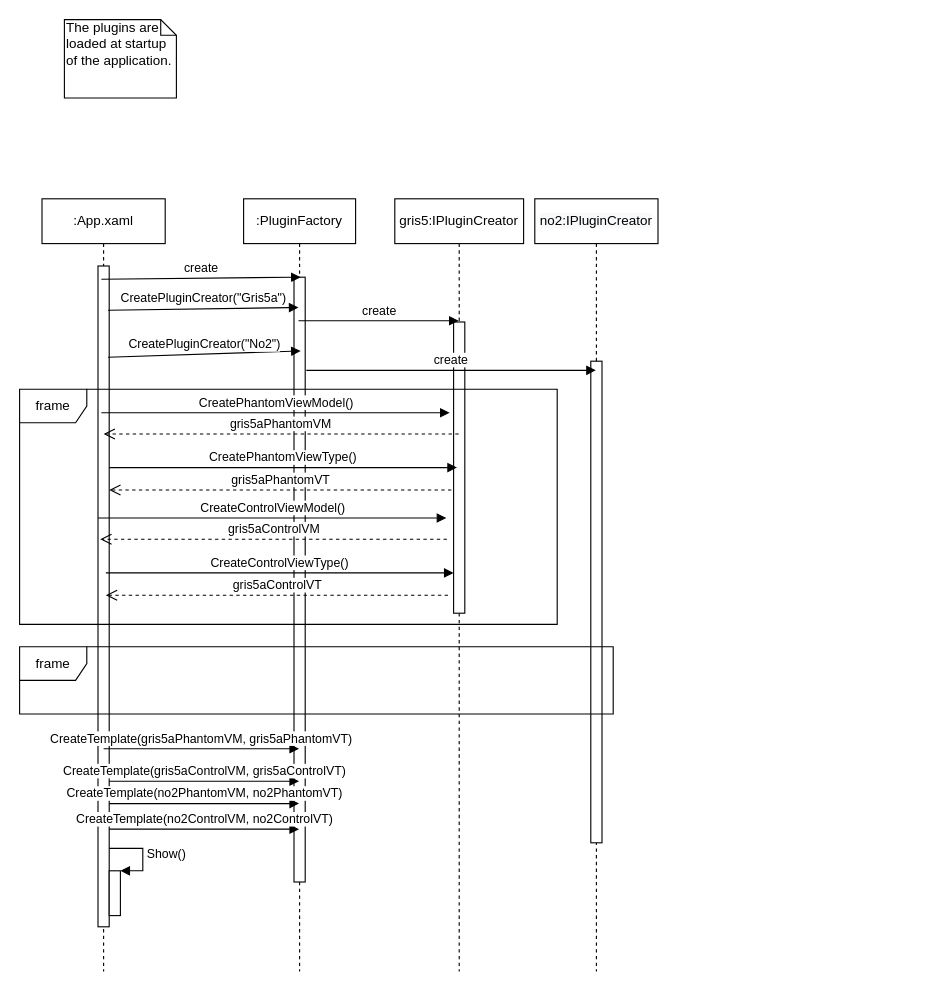
Before: page "Creation" (2 of 2) of Diagrams/UmlDiagrams.drawio in mrstefangrimm/GRIS5A, a draw.io diagram. Source tidied: cells renumbered, new cells numbered last; positions are measured from the earlier drawing's top-left corner, leaving out a move shared by most shapes. Both pictures are drawn from the tidied source at 112%, with x=0, y=0 at pixel (19, 19).
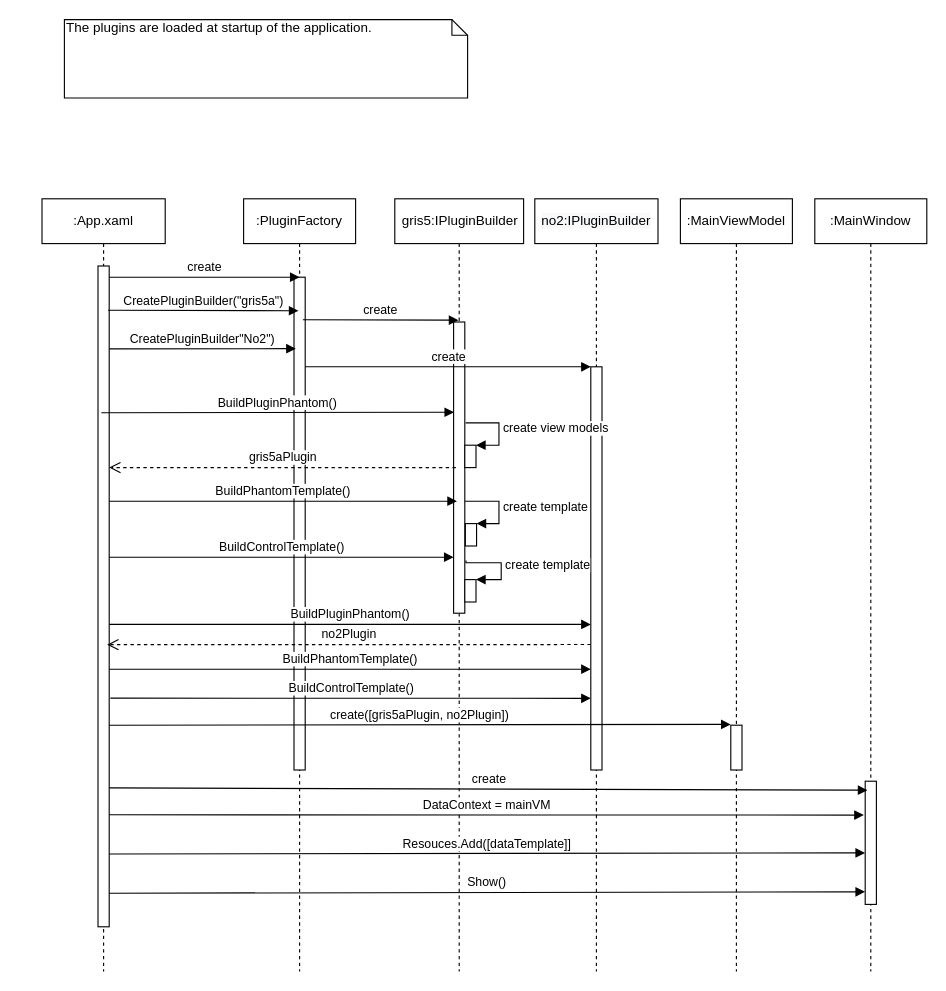
After the change.

Unchanged cells that the change refers to:
```xml
<mxCell id="3" style="html=1;points=[];perimeter=orthogonalPerimeter;" parent="2" vertex="1">
  <mxGeometry x="52.5" y="110" width="10" height="260" as="geometry" />
</mxCell>
<mxCell id="4" value=":App.xaml" style="shape=umlLifeline;perimeter=lifelinePerimeter;whiteSpace=wrap;html=1;" parent="1" vertex="1">
  <mxGeometry x="20" y="160" width="110" height="690" as="geometry" />
</mxCell>
<mxCell id="5" style="html=1;points=[];perimeter=orthogonalPerimeter;" parent="4" vertex="1">
  <mxGeometry x="50" y="60" width="10" height="590" as="geometry" />
</mxCell>
```

Change to the diagram source:
```diff
@@
+    <mxCell id="8" value=":PluginFactory" style="shape=umlLifeline;perimeter=lifelinePerimeter;whiteSpace=wrap;html=1;outlineConnect=0;" parent="1" vertex="1">
+      <mxGeometry x="200" y="160" width="100" height="690" as="geometry" />
+    </mxCell>
+    <mxCell id="9" style="html=1;points=[];perimeter=orthogonalPerimeter;" parent="8" vertex="1">
+      <mxGeometry x="45" y="70" width="10" height="440" as="geometry" />
+    </mxCell>
+    <mxCell id="11" value="&lt;span style=&quot;display: inline ; float: none ; background-color: rgb(248 , 249 , 250) ; color: rgb(0 , 0 , 0) ; font-family: &amp;#34;helvetica&amp;#34; ; font-size: 12px ; font-style: normal ; font-variant: normal ; font-weight: normal ; letter-spacing: normal ; line-height: 1.2 ; overflow-wrap: normal ; text-align: center ; text-decoration: none ; text-indent: 0px ; text-transform: none ; white-space: normal ; word-spacing: 0px&quot;&gt;no2:IPluginBuilder&lt;/span&gt;" style="shape=umlLifeline;perimeter=lifelinePerimeter;whiteSpace=wrap;html=1;outlineConnect=0;" parent="1" vertex="1">
+      <mxGeometry x="460" y="160" width="110" height="690" as="geometry" />
+    </mxCell>
+    <mxCell id="12" style="html=1;perimeter=orthogonalPerimeter;" parent="11" vertex="1">
+      <mxGeometry x="50" y="150" width="10" height="360" as="geometry" />
+    </mxCell>
-    <mxCell id="2" value="gris5:IPluginCreator" style="shape=umlLifeline;perimeter=lifelinePerimeter;whiteSpace=wrap;html=1;outlineConnect=0;" parent="1" vertex="1">
+    <mxCell id="2" value="gris5:IPluginBuilder" style="html=1;points=[];perimeter=orthogonalPerimeter;shape=umlLifeline;participant=label;fontFamily=Helvetica;fontSize=12;fontColor=#000000;align=center;strokeColor=#000000;fillColor=#ffffff;" parent="1" vertex="1">
       <mxGeometry x="335" y="160" width="115" height="690" as="geometry" />
     </mxCell>
@@
+    <mxCell id="32" value="create view models" style="edgeStyle=orthogonalEdgeStyle;html=1;align=left;spacingLeft=2;endArrow=block;rounded=0;entryX=1;entryY=0;exitX=0.55;exitY=0.29;exitDx=0;exitDy=0;exitPerimeter=0;" parent="2" edge="1" source="2" target="33">
+      <mxGeometry relative="1" as="geometry">
+        <Array as="points">
+          <mxPoint x="93" y="200" />
+          <mxPoint x="93" y="220" />
+        </Array>
+      </mxGeometry>
+    </mxCell>
+    <mxCell id="33" style="html=1;points=[];perimeter=orthogonalPerimeter;" parent="2" vertex="1">
+      <mxGeometry x="62.5" y="220" width="10" height="20" as="geometry" />
+    </mxCell>
+    <mxCell id="34" style="html=1;points=[];perimeter=orthogonalPerimeter;" parent="2" vertex="1">
+      <mxGeometry x="62.5" y="340" width="10" height="20" as="geometry" />
+    </mxCell>
+    <mxCell id="35" value="create template" style="edgeStyle=orthogonalEdgeStyle;html=1;align=left;spacingLeft=2;endArrow=block;rounded=0;entryX=1;entryY=0;exitX=0.553;exitY=0.468;exitDx=0;exitDy=0;exitPerimeter=0;" parent="2" edge="1" source="2" target="34">
+      <mxGeometry relative="1" as="geometry">
+        <Array as="points">
+          <mxPoint x="64" y="325" />
+          <mxPoint x="95" y="325" />
+          <mxPoint x="95" y="340" />
+        </Array>
+      </mxGeometry>
+    </mxCell>
@@
-    <mxCell id="6" style="html=1;points=[];perimeter=orthogonalPerimeter;" parent="4" vertex="1">
-      <mxGeometry x="60" y="600" width="10" height="40" as="geometry" />
-    </mxCell>
+    <mxCell id="36" value="create([gris5aPlugin, no2Plugin])" style="html=1;verticalAlign=bottom;endArrow=block;entryX=-0.013;entryY=-0.018;entryDx=0;entryDy=0;entryPerimeter=0;" parent="4" edge="1" target="41">
+      <mxGeometry relative="1" as="geometry">
+        <mxPoint x="60" y="470" as="sourcePoint" />
+      </mxGeometry>
+    </mxCell>
+    <mxCell id="37" value="DataContext = mainVM" style="html=1;verticalAlign=bottom;endArrow=block;entryX=-0.12;entryY=0.275;entryDx=0;entryDy=0;entryPerimeter=0;" parent="4" edge="1" target="47">
+      <mxGeometry relative="1" as="geometry">
+        <mxPoint x="60" y="550" as="sourcePoint" />
+      </mxGeometry>
+    </mxCell>
-    <mxCell id="7" value="Show()" style="edgeStyle=orthogonalEdgeStyle;html=1;align=left;spacingLeft=2;endArrow=block;rounded=0;entryX=1;entryY=0;" parent="4" edge="1" target="6">
+    <mxCell id="7" value="Show()" style="html=1;verticalAlign=bottom;endArrow=block;entryX=-0.013;entryY=0.898;entryDx=0;entryDy=0;entryPerimeter=0;" parent="4" edge="1" target="47">
       <mxGeometry relative="1" as="geometry">
-        <mxPoint x="60" y="580" as="sourcePoint" />
-        <Array as="points">
-          <mxPoint x="90" y="580" />
-        </Array>
+        <mxPoint x="60" y="620" as="sourcePoint" />
       </mxGeometry>
     </mxCell>
-    <mxCell id="8" value=":PluginFactory" style="shape=umlLifeline;perimeter=lifelinePerimeter;whiteSpace=wrap;html=1;outlineConnect=0;" parent="1" vertex="1">
-      <mxGeometry x="200" y="160" width="100" height="690" as="geometry" />
-    </mxCell>
-    <mxCell id="9" style="html=1;points=[];perimeter=orthogonalPerimeter;" parent="8" vertex="1">
-      <mxGeometry x="45" y="70" width="10" height="540" as="geometry" />
-    </mxCell>
     <mxCell id="10" value="The plugins are loaded at startup of the application." style="shape=note;whiteSpace=wrap;html=1;size=14;verticalAlign=top;align=left;spacingTop=-6;" parent="1" vertex="1">
-      <mxGeometry x="40" width="100" height="70" as="geometry" />
+      <mxGeometry x="40" width="360" height="70" as="geometry" />
     </mxCell>
-    <mxCell id="11" value="&lt;span style=&quot;display: inline ; float: none ; background-color: rgb(248 , 249 , 250) ; color: rgb(0 , 0 , 0) ; font-family: &amp;#34;helvetica&amp;#34; ; font-size: 12px ; font-style: normal ; font-variant: normal ; font-weight: normal ; letter-spacing: normal ; line-height: 1.2 ; overflow-wrap: normal ; text-align: center ; text-decoration: none ; text-indent: 0px ; text-transform: none ; white-space: normal ; word-spacing: 0px&quot;&gt;no2:IPluginCreator&lt;/span&gt;" style="shape=umlLifeline;perimeter=lifelinePerimeter;whiteSpace=wrap;html=1;outlineConnect=0;" parent="1" vertex="1">
-      <mxGeometry x="460" y="160" width="110" height="690" as="geometry" />
-    </mxCell>
-    <mxCell id="12" style="html=1;perimeter=orthogonalPerimeter;" parent="11" vertex="1">
-      <mxGeometry x="50" y="145" width="10" height="430" as="geometry" />
-    </mxCell>
-    <mxCell id="13" value="create" style="html=1;verticalAlign=bottom;endArrow=block;exitX=0.3;exitY=0.02;exitDx=0;exitDy=0;exitPerimeter=0;" parent="1" edge="1" source="5">
+    <mxCell id="13" value="create" style="html=1;verticalAlign=bottom;endArrow=block;" parent="1" edge="1">
       <mxGeometry relative="1" as="geometry">
-        <mxPoint x="251" y="230" as="targetPoint" />
+        <mxPoint x="80" y="230" as="sourcePoint" />
+        <mxPoint x="250" y="230" as="targetPoint" />
       </mxGeometry>
     </mxCell>
-    <mxCell id="14" value="CreatePluginCreator(&quot;Gris5a&quot;)" style="html=1;verticalAlign=bottom;endArrow=block;entryX=0.4;entryY=0.05;entryDx=0;entryDy=0;entryPerimeter=0;exitX=0.9;exitY=0.067;exitDx=0;exitDy=0;exitPerimeter=0;" parent="1" edge="1" source="5" target="9">
-      <mxGeometry relative="1" as="geometry" />
+    <mxCell id="14" value="CreatePluginBuilder(&quot;gris5a&quot;)" style="html=1;verticalAlign=bottom;endArrow=block;exitX=0.9;exitY=0.067;exitDx=0;exitDy=0;exitPerimeter=0;" parent="1" edge="1" source="5">
+      <mxGeometry relative="1" as="geometry">
+        <mxPoint x="249" y="260" as="targetPoint" />
+      </mxGeometry>
     </mxCell>
-    <mxCell id="15" value="CreatePhantomViewModel()" style="html=1;verticalAlign=bottom;endArrow=block;" parent="1" edge="1">
+    <mxCell id="15" value="BuildPluginPhantom()" style="html=1;verticalAlign=bottom;endArrow=block;entryX=0.043;entryY=0.31;entryDx=0;entryDy=0;entryPerimeter=0;" parent="1" edge="1" target="3">
       <mxGeometry relative="1" as="geometry">
         <mxPoint x="73" y="351" as="sourcePoint" />
-        <mxPoint x="384" y="351" as="targetPoint" />
       </mxGeometry>
     </mxCell>
-    <mxCell id="16" value="CreateTemplate(gris5aPhantomVM, gris5aPhantomVT)" style="html=1;verticalAlign=bottom;endArrow=block;" parent="1" edge="1" target="8">
-      <mxGeometry relative="1" as="geometry">
-        <mxPoint x="75" y="651" as="sourcePoint" />
-      </mxGeometry>
-    </mxCell>
-    <mxCell id="17" value="create" style="html=1;verticalAlign=bottom;endArrow=block;exitX=0.4;exitY=0.072;exitDx=0;exitDy=0;exitPerimeter=0;" parent="1" edge="1" source="9" target="2">
-      <mxGeometry relative="1" as="geometry" />
+    <mxCell id="17" value="create" style="html=1;verticalAlign=bottom;endArrow=block;entryX=0.494;entryY=0.157;entryDx=0;entryDy=0;entryPerimeter=0;" parent="1" edge="1" target="2">
+      <mxGeometry relative="1" as="geometry">
+        <mxPoint x="253" y="268" as="sourcePoint" />
+      </mxGeometry>
     </mxCell>
-    <mxCell id="18" value="&lt;span style=&quot;display: inline ; float: none ; background-color: rgb(255 , 255 , 255) ; color: rgb(0 , 0 , 0) ; font-family: &amp;#34;helvetica&amp;#34; ; font-size: 11px ; font-style: normal ; font-variant: normal ; font-weight: normal ; letter-spacing: normal ; line-height: 1.2 ; overflow-wrap: normal ; text-align: center ; text-decoration: none ; text-indent: 0px ; text-transform: none ; white-space: nowrap ; word-spacing: 0px&quot;&gt;CreatePluginCreator(&quot;No2&quot;)&lt;/span&gt;" style="html=1;verticalAlign=bottom;endArrow=block;entryX=0.6;entryY=0.122;entryDx=0;entryDy=0;entryPerimeter=0;exitX=0.9;exitY=0.138;exitDx=0;exitDy=0;exitPerimeter=0;" parent="1" edge="1" source="5" target="9">
-      <mxGeometry relative="1" as="geometry" />
+    <mxCell id="18" value="&lt;span style=&quot;display: inline ; float: none ; background-color: rgb(255 , 255 , 255) ; color: rgb(0 , 0 , 0) ; font-family: &amp;#34;helvetica&amp;#34; ; font-size: 11px ; font-style: normal ; font-variant: normal ; font-weight: normal ; letter-spacing: normal ; line-height: 1.2 ; overflow-wrap: normal ; text-align: center ; text-decoration: none ; text-indent: 0px ; text-transform: none ; white-space: nowrap ; word-spacing: 0px&quot;&gt;&lt;span style=&quot;display: inline ; float: none ; background-color: rgb(255 , 255 , 255) ; color: rgb(0 , 0 , 0) ; font-family: &amp;#34;helvetica&amp;#34; ; font-size: 11px ; font-style: normal ; font-variant: normal ; font-weight: normal ; letter-spacing: normal ; line-height: 1.2 ; overflow-wrap: normal ; text-align: center ; text-decoration: none ; text-indent: 0px ; text-transform: none ; white-space: nowrap ; word-spacing: 0px&quot;&gt;CreatePluginBuilder&lt;/span&gt;&quot;No2&quot;)&lt;/span&gt;" style="html=1;verticalAlign=bottom;endArrow=block;entryX=0.16;entryY=0.145;entryDx=0;entryDy=0;entryPerimeter=0;" parent="1" edge="1" target="9">
+      <mxGeometry relative="1" as="geometry">
+        <mxPoint x="80" y="294" as="sourcePoint" />
+      </mxGeometry>
     </mxCell>
-    <mxCell id="19" value="create" style="html=1;verticalAlign=bottom;endArrow=block;exitX=1.1;exitY=0.154;exitDx=0;exitDy=0;exitPerimeter=0;" parent="1" edge="1" source="9" target="11">
-      <mxGeometry relative="1" as="geometry" />
+    <mxCell id="19" value="create" style="html=1;verticalAlign=bottom;endArrow=block;" parent="1" edge="1">
+      <mxGeometry relative="1" as="geometry">
+        <mxPoint x="255" y="310" as="sourcePoint" />
+        <mxPoint x="510" y="310" as="targetPoint" />
+      </mxGeometry>
     </mxCell>
-    <mxCell id="20" value="gris5aPhantomVM" style="html=1;verticalAlign=bottom;endArrow=open;dashed=1;endSize=8;" parent="1" edge="1" source="2">
-      <mxGeometry relative="1" as="geometry">
-        <mxPoint x="75" y="370" as="targetPoint" />
-      </mxGeometry>
-    </mxCell>
-    <mxCell id="21" value="gris5aPhantomVT" style="html=1;verticalAlign=bottom;endArrow=open;dashed=1;endSize=8;" parent="1" edge="1">
-      <mxGeometry relative="1" as="geometry">
-        <mxPoint x="385.5" y="420" as="sourcePoint" />
-        <mxPoint x="80" y="420" as="targetPoint" />
-      </mxGeometry>
-    </mxCell>
-    <mxCell id="22" value="CreatePhantomViewType()" style="html=1;verticalAlign=bottom;endArrow=block;" parent="1" edge="1">
+    <mxCell id="22" value="BuildPhantomTemplate()" style="html=1;verticalAlign=bottom;endArrow=block;" parent="1" edge="1">
       <mxGeometry relative="1" as="geometry">
-        <mxPoint x="80" y="400" as="sourcePoint" />
-        <mxPoint x="390.5" y="400" as="targetPoint" />
+        <mxPoint x="80" y="430" as="sourcePoint" />
+        <mxPoint x="390.5" y="430" as="targetPoint" />
       </mxGeometry>
     </mxCell>
-    <mxCell id="23" value="CreateControlViewModel()" style="html=1;verticalAlign=bottom;endArrow=block;" parent="1" edge="1">
-      <mxGeometry relative="1" as="geometry">
-        <mxPoint x="70" y="445" as="sourcePoint" />
-        <mxPoint x="381" y="445" as="targetPoint" />
-      </mxGeometry>
-    </mxCell>
-    <mxCell id="24" value="gris5aControlVM" style="html=1;verticalAlign=bottom;endArrow=open;dashed=1;endSize=8;" parent="1" edge="1">
+    <mxCell id="24" value="gris5aPlugin" style="html=1;verticalAlign=bottom;endArrow=open;dashed=1;endSize=8;" parent="1" edge="1">
       <mxGeometry relative="1" as="geometry">
-        <mxPoint x="381.5" y="464" as="sourcePoint" />
-        <mxPoint x="72" y="464" as="targetPoint" />
+        <mxPoint x="389.5" y="400" as="sourcePoint" />
+        <mxPoint x="80" y="400" as="targetPoint" />
       </mxGeometry>
     </mxCell>
-    <mxCell id="25" value="CreateControlViewType()" style="html=1;verticalAlign=bottom;endArrow=block;" parent="1" edge="1">
+    <mxCell id="25" value="BuildControlTemplate()" style="html=1;verticalAlign=bottom;endArrow=block;" parent="1" edge="1">
       <mxGeometry relative="1" as="geometry">
-        <mxPoint x="77" y="494" as="sourcePoint" />
-        <mxPoint x="387.5" y="494" as="targetPoint" />
+        <mxPoint x="80" y="480" as="sourcePoint" />
+        <mxPoint x="387.5" y="480" as="targetPoint" />
       </mxGeometry>
     </mxCell>
-    <mxCell id="26" value="gris5aControlVT" style="html=1;verticalAlign=bottom;endArrow=open;dashed=1;endSize=8;" parent="1" edge="1">
-      <mxGeometry relative="1" as="geometry">
-        <mxPoint x="382.5" y="514" as="sourcePoint" />
-        <mxPoint x="77" y="514" as="targetPoint" />
-      </mxGeometry>
-    </mxCell>
-    <mxCell id="27" value="frame" style="shape=umlFrame;whiteSpace=wrap;html=1;" parent="1" vertex="1">
-      <mxGeometry y="330" width="480" height="210" as="geometry" />
-    </mxCell>
-    <mxCell id="28" value="frame" style="shape=umlFrame;whiteSpace=wrap;html=1;" parent="1" vertex="1">
-      <mxGeometry y="560" width="530" height="60" as="geometry" />
-    </mxCell>
-    <mxCell id="29" value="CreateTemplate(gris5aControlVM, gris5aControlVT)" style="html=1;verticalAlign=bottom;endArrow=block;exitX=1;exitY=0.795;exitDx=0;exitDy=0;exitPerimeter=0;" parent="1" edge="1">
-      <mxGeometry relative="1" as="geometry">
-        <mxPoint x="80" y="680" as="sourcePoint" />
-        <mxPoint x="249.5" y="680" as="targetPoint" />
-      </mxGeometry>
-    </mxCell>
-    <mxCell id="30" value="CreateTemplate(no2PhantomVM, no2PhantomVT)" style="html=1;verticalAlign=bottom;endArrow=block;exitX=1;exitY=0.795;exitDx=0;exitDy=0;exitPerimeter=0;" parent="1" edge="1">
-      <mxGeometry relative="1" as="geometry">
-        <mxPoint x="80" y="700" as="sourcePoint" />
-        <mxPoint x="249.5" y="700" as="targetPoint" />
-      </mxGeometry>
-    </mxCell>
-    <mxCell id="31" value="CreateTemplate(no2ControlVM, no2ControlVT)" style="html=1;verticalAlign=bottom;endArrow=block;exitX=1;exitY=0.795;exitDx=0;exitDy=0;exitPerimeter=0;" parent="1" edge="1">
-      <mxGeometry relative="1" as="geometry">
-        <mxPoint x="80" y="722.8" as="sourcePoint" />
-        <mxPoint x="249.5" y="722.8" as="targetPoint" />
-      </mxGeometry>
-    </mxCell>
+    <mxCell id="38" style="html=1;points=[];perimeter=orthogonalPerimeter;" parent="1" vertex="1">
+      <mxGeometry x="398" y="450" width="10" height="20" as="geometry" />
+    </mxCell>
+    <mxCell id="39" value="create template&lt;br&gt;" style="edgeStyle=orthogonalEdgeStyle;html=1;align=left;spacingLeft=2;endArrow=block;rounded=0;entryX=1;entryY=0;" parent="1" edge="1" source="3" target="38">
+      <mxGeometry relative="1" as="geometry">
+        <Array as="points">
+          <mxPoint x="428" y="430" />
+          <mxPoint x="428" y="450" />
+        </Array>
+      </mxGeometry>
+    </mxCell>
+    <mxCell id="40" value=":MainViewModel" style="shape=umlLifeline;perimeter=lifelinePerimeter;whiteSpace=wrap;html=1;" parent="1" vertex="1">
+      <mxGeometry x="590" y="160" width="100" height="690" as="geometry" />
+    </mxCell>
+    <mxCell id="41" style="html=1;points=[];perimeter=orthogonalPerimeter;" parent="40" vertex="1">
+      <mxGeometry x="45" y="470" width="10" height="40" as="geometry" />
+    </mxCell>
+    <mxCell id="42" value="BuildControlTemplate()" style="html=1;verticalAlign=bottom;endArrow=block;exitX=1.1;exitY=0.654;exitDx=0;exitDy=0;exitPerimeter=0;" parent="1" edge="1" source="5">
+      <mxGeometry relative="1" as="geometry">
+        <mxPoint x="510" y="606" as="targetPoint" />
+      </mxGeometry>
+    </mxCell>
+    <mxCell id="43" value="BuildPhantomTemplate()" style="html=1;verticalAlign=bottom;endArrow=block;" parent="1" edge="1">
+      <mxGeometry relative="1" as="geometry">
+        <mxPoint x="80" y="580" as="sourcePoint" />
+        <mxPoint x="510" y="580" as="targetPoint" />
+      </mxGeometry>
+    </mxCell>
+    <mxCell id="44" value="no2Plugin" style="html=1;verticalAlign=bottom;endArrow=open;dashed=1;endSize=8;entryX=0.82;entryY=0.573;entryDx=0;entryDy=0;entryPerimeter=0;" parent="1" edge="1" target="5">
+      <mxGeometry relative="1" as="geometry">
+        <mxPoint x="510" y="558" as="sourcePoint" />
+      </mxGeometry>
+    </mxCell>
+    <mxCell id="45" value="BuildPluginPhantom()" style="html=1;verticalAlign=bottom;endArrow=block;" parent="1" edge="1">
+      <mxGeometry relative="1" as="geometry">
+        <mxPoint x="80" y="540" as="sourcePoint" />
+        <mxPoint x="510" y="540" as="targetPoint" />
+      </mxGeometry>
+    </mxCell>
+    <mxCell id="46" value=":MainWindow" style="shape=umlLifeline;perimeter=lifelinePerimeter;whiteSpace=wrap;html=1;" parent="1" vertex="1">
+      <mxGeometry x="710" y="160" width="100" height="690" as="geometry" />
+    </mxCell>
+    <mxCell id="47" style="html=1;points=[];perimeter=orthogonalPerimeter;" parent="46" vertex="1">
+      <mxGeometry x="45" y="520" width="10" height="110" as="geometry" />
+    </mxCell>
+    <mxCell id="48" value="create" style="html=1;verticalAlign=bottom;endArrow=block;" parent="1" edge="1">
+      <mxGeometry relative="1" as="geometry">
+        <mxPoint x="80" y="686" as="sourcePoint" />
+        <mxPoint x="757" y="688" as="targetPoint" />
+      </mxGeometry>
+    </mxCell>
+    <mxCell id="49" value="Resouces.Add([dataTemplate]]" style="html=1;verticalAlign=bottom;endArrow=block;entryX=-0.013;entryY=0.582;entryDx=0;entryDy=0;entryPerimeter=0;" parent="1" edge="1" target="47">
+      <mxGeometry relative="1" as="geometry">
+        <mxPoint x="80" y="745" as="sourcePoint" />
+      </mxGeometry>
+    </mxCell>
```
